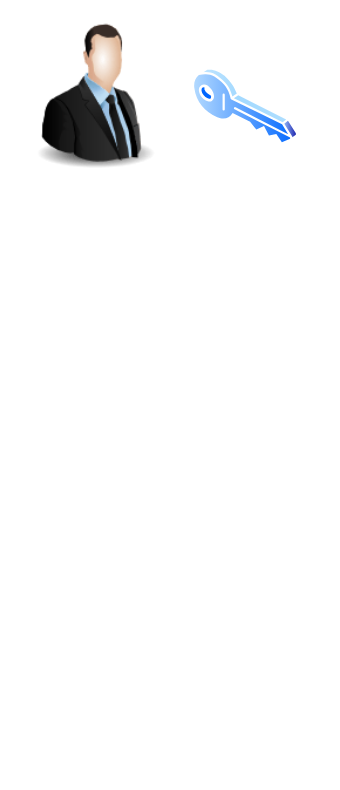
Before: Unique/Paper Safe Wallet.drawio in hanggaa/Diagram, a draw.io diagram. Source tidied: cells renumbered, new cells numbered last; positions are measured from the earlier drawing's top-left corner, leaving out a move shared by most shapes. Both pictures are drawn from the tidied source at 125%, with x=0, y=0 at pixel (20, 20).
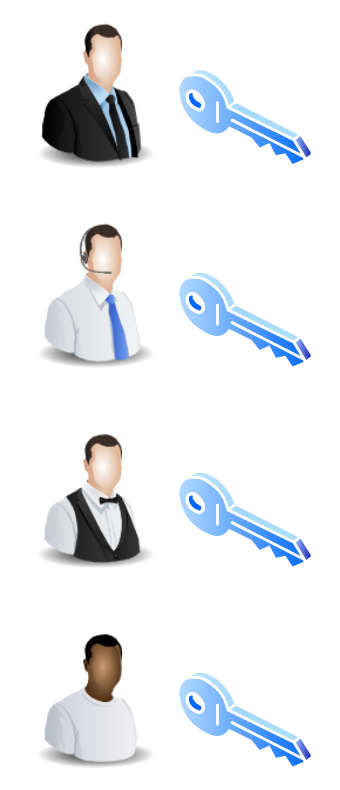
The same page after the edit.

What changed in the source:
```diff
@@
 <mxGraphModel>
   <root>
     <mxCell id="0" />
     <mxCell id="1" parent="0" />
     <mxCell id="2" style="image;html=1;image=img/lib/clip_art/people/Suit_Man_128x128.png;" parent="1" vertex="1">
       <mxGeometry width="120" height="120" as="geometry" />
     </mxCell>
     <mxCell id="3" style="image;perimeter=ellipsePerimeter;html=1;align=center;shadow=0;dashed=0;spacingTop=3;image=img/lib/active_directory/key.svg;" parent="1" vertex="1">
-      <mxGeometry x="120" y="38" width="120" height="62" as="geometry" />
+      <mxGeometry x="120" y="38" width="120" height="80" as="geometry" />
     </mxCell>
+    <mxCell id="4" style="image;html=1;image=img/lib/clip_art/people/Telesales_Man_128x128.png;" parent="1" vertex="1">
+      <mxGeometry y="160" width="120" height="120" as="geometry" />
+    </mxCell>
+    <mxCell id="5" style="image;perimeter=ellipsePerimeter;html=1;align=center;shadow=0;dashed=0;spacingTop=3;image=img/lib/active_directory/key.svg;" parent="1" vertex="1">
+      <mxGeometry x="120" y="200" width="120" height="80" as="geometry" />
+    </mxCell>
+    <mxCell id="6" style="image;html=1;image=img/lib/clip_art/people/Waiter_128x128.png;" parent="1" vertex="1">
+      <mxGeometry y="320" width="120" height="120" as="geometry" />
+    </mxCell>
+    <mxCell id="7" style="image;perimeter=ellipsePerimeter;html=1;align=center;shadow=0;dashed=0;spacingTop=3;image=img/lib/active_directory/key.svg;" parent="1" vertex="1">
+      <mxGeometry x="120" y="360" width="120" height="80" as="geometry" />
+    </mxCell>
+    <mxCell id="8" style="image;html=1;image=img/lib/clip_art/people/Worker_Black_128x128.png;" parent="1" vertex="1">
+      <mxGeometry y="480" width="120" height="120" as="geometry" />
+    </mxCell>
+    <mxCell id="9" style="image;perimeter=ellipsePerimeter;html=1;align=center;shadow=0;dashed=0;spacingTop=3;image=img/lib/active_directory/key.svg;" parent="1" vertex="1">
+      <mxGeometry x="120" y="520" width="120" height="80" as="geometry" />
+    </mxCell>
   </root>
 </mxGraphModel>
```
